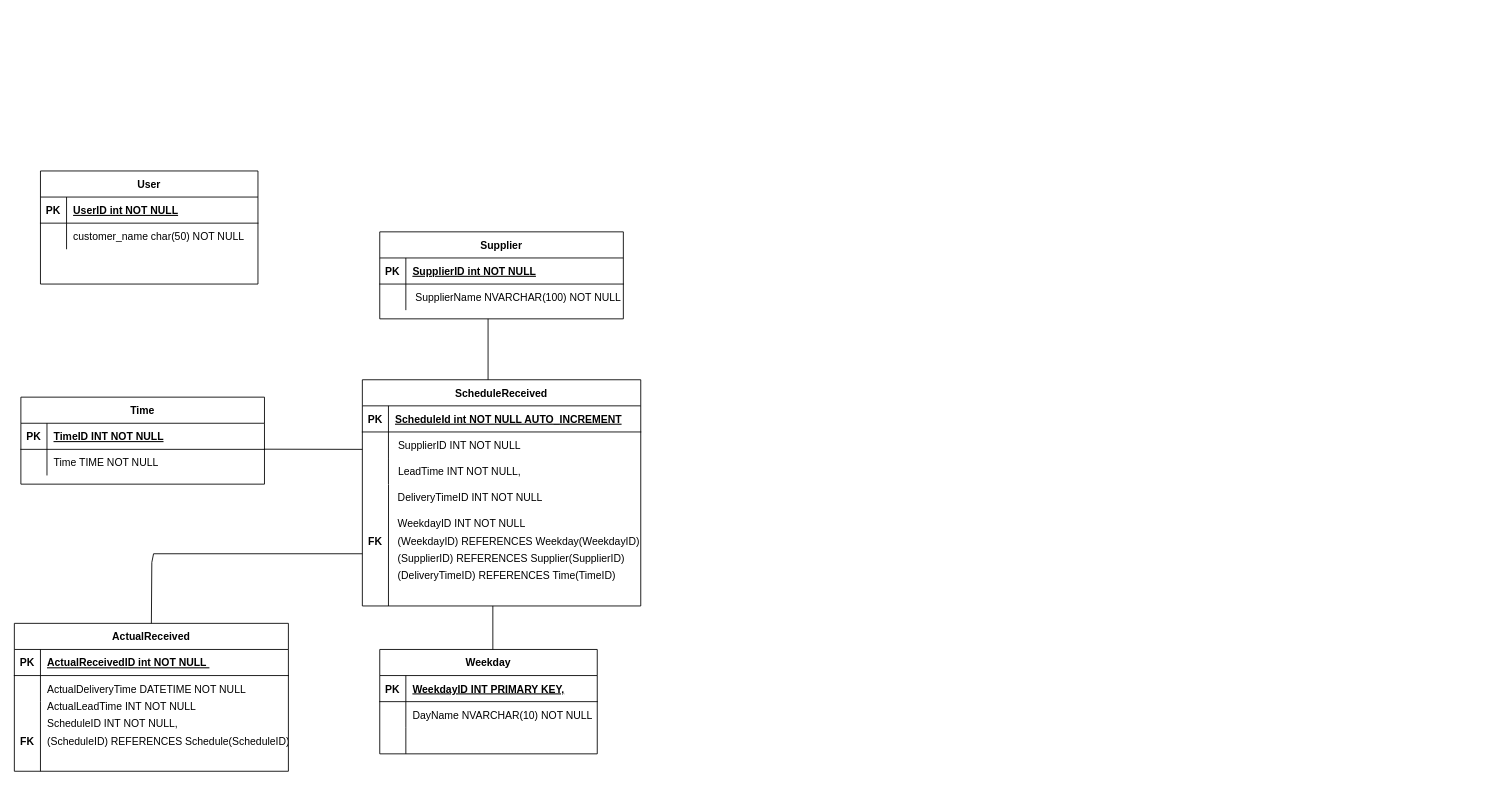
Above: ERD.drawio in LougLynx/RIG-System (draw.io), before the change. Source tidied: cells renumbered, new cells numbered last; positions are measured from the earlier drawing's top-left corner, leaving out a move shared by most shapes. Both pictures are drawn from the tidied source at 87%, with x=0, y=0 at pixel (14, 171).
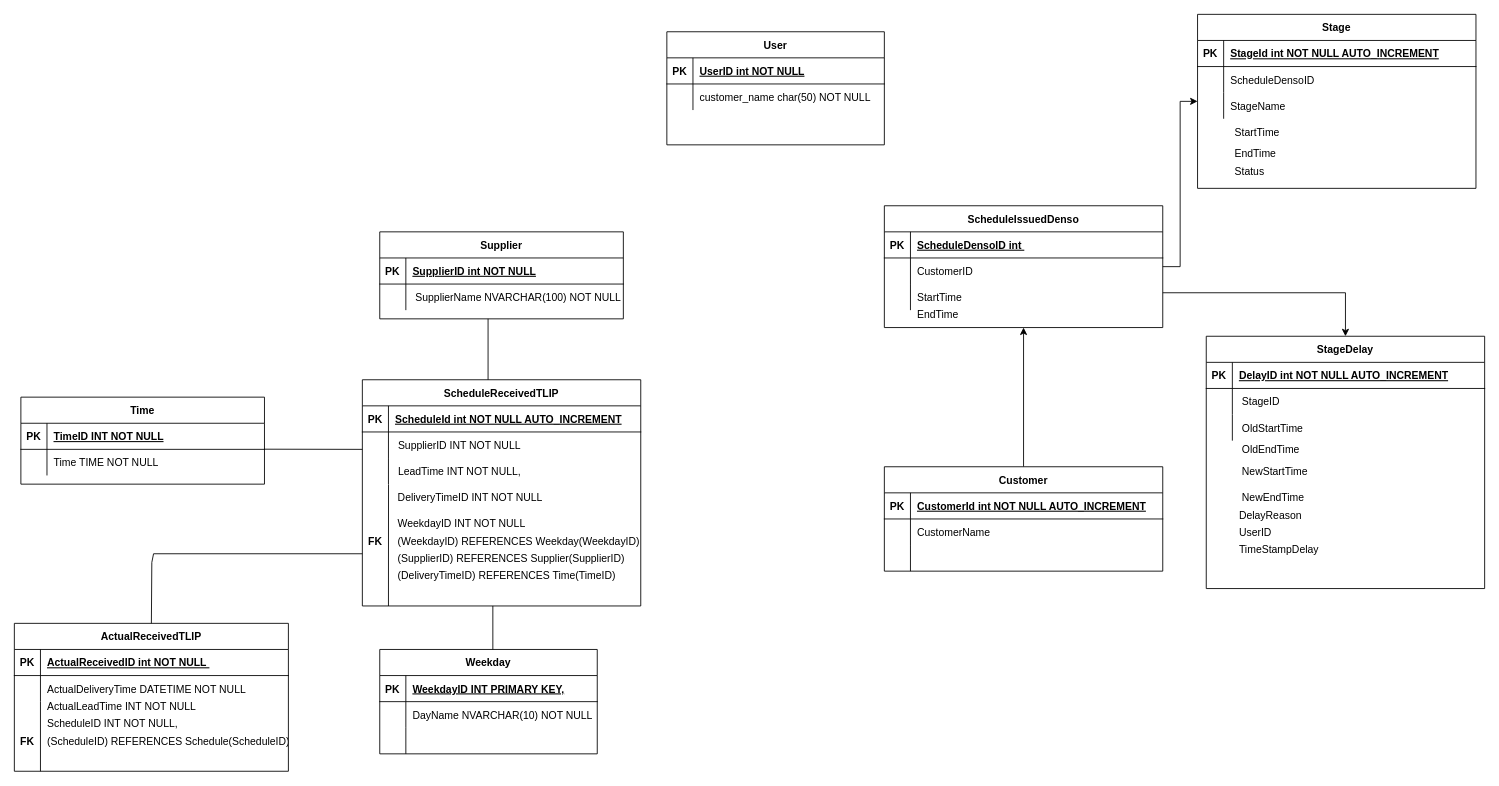
The same diagram, later.

The change refers to these unchanged cells:
```xml
<mxCell id="37" style="group;" parent="1" vertex="1">
  <mxGeometry y="520" width="315" height="170" as="geometry" />
</mxCell>
```

What changed in the source:
```diff
@@
-    <mxCell id="2" value="ScheduleReceived" style="shape=table;startSize=30;childLayout=tableLayout;rowLines=0;fontStyle=1;align=center;" parent="1" vertex="1">
+    <mxCell id="2" value="ScheduleReceivedTLIP" style="shape=table;startSize=30;childLayout=tableLayout;rowLines=0;fontStyle=1;align=center;" parent="1" vertex="1">
       <mxGeometry x="400" y="240" width="320" height="260" as="geometry" />
     </mxCell>
@@
     <mxCell id="28" value="User" style="shape=table;startSize=30;childLayout=tableLayout;rowLines=0;fontStyle=1;align=center;" parent="1" vertex="1">
-      <mxGeometry x="30" width="250" height="130" as="geometry" />
+      <mxGeometry x="750" y="-160" width="250" height="130" as="geometry" />
     </mxCell>
@@
-    <mxCell id="38" value="ActualReceived" style="shape=table;startSize=30;childLayout=tableLayout;rowLines=0;fontStyle=1;align=center;" parent="37" vertex="1">
+    <mxCell id="38" value="ActualReceivedTLIP" style="shape=table;startSize=30;childLayout=tableLayout;rowLines=0;fontStyle=1;align=center;" parent="37" vertex="1">
       <mxGeometry width="315" height="170" as="geometry" />
     </mxCell>
@@
+    <mxCell id="68" style="edgeStyle=orthogonalEdgeStyle;rounded=0;jettySize=auto;html=1;entryX=0;entryY=0.5;entryDx=0;entryDy=0;" parent="1" edge="1" source="70" target="91">
+      <mxGeometry relative="1" as="geometry" />
+    </mxCell>
+    <mxCell id="69" style="edgeStyle=orthogonalEdgeStyle;rounded=0;jettySize=auto;html=1;entryX=0.5;entryY=0;entryDx=0;entryDy=0;" parent="1" edge="1" source="70" target="105">
+      <mxGeometry relative="1" as="geometry">
+        <Array as="points">
+          <mxPoint x="1530" y="140" />
+        </Array>
+      </mxGeometry>
+    </mxCell>
+    <mxCell id="70" value="ScheduleIssuedDenso" style="shape=table;startSize=30;childLayout=tableLayout;rowLines=0;fontStyle=1;align=center;" parent="1" vertex="1">
+      <mxGeometry x="1000" y="40" width="320" height="140" as="geometry" />
+    </mxCell>
+    <mxCell id="71" style="shape=partialRectangle;fillColor=none;top=0;left=0;right=0;bottom=1;" parent="70" vertex="1">
+      <mxGeometry y="30" width="320" height="30" as="geometry" />
+    </mxCell>
+    <mxCell id="72" value="PK" style="shape=partialRectangle;overflow=hidden;fillColor=none;top=0;left=0;bottom=0;right=0;fontStyle=1;" parent="71" vertex="1">
+      <mxGeometry width="30" height="30" as="geometry" />
+    </mxCell>
+    <mxCell id="73" value="ScheduleDensoID int " style="shape=partialRectangle;overflow=hidden;fillColor=none;top=0;left=0;bottom=0;right=0;align=left;spacingLeft=6;fontStyle=5;" parent="71" vertex="1">
+      <mxGeometry x="30" width="290" height="30" as="geometry" />
+    </mxCell>
+    <mxCell id="74" style="shape=partialRectangle;fillColor=none;top=0;left=0;right=0;bottom=0;" parent="70" vertex="1">
+      <mxGeometry y="60" width="320" height="30" as="geometry" />
+    </mxCell>
+    <mxCell id="75" style="shape=partialRectangle;overflow=hidden;fillColor=none;top=0;left=0;bottom=0;right=0;" parent="74" vertex="1">
+      <mxGeometry width="30" height="30" as="geometry" />
+    </mxCell>
+    <mxCell id="76" value="CustomerID" style="shape=partialRectangle;overflow=hidden;fillColor=none;top=0;left=0;bottom=0;right=0;align=left;spacingLeft=6;" parent="74" vertex="1">
+      <mxGeometry x="30" width="290" height="30" as="geometry" />
+    </mxCell>
+    <mxCell id="77" style="shape=partialRectangle;fillColor=none;top=0;left=0;right=0;bottom=0;" parent="70" vertex="1">
+      <mxGeometry y="90" width="320" height="30" as="geometry" />
+    </mxCell>
+    <mxCell id="78" style="shape=partialRectangle;overflow=hidden;fillColor=none;top=0;left=0;bottom=0;right=0;" parent="77" vertex="1">
+      <mxGeometry width="30" height="30" as="geometry" />
+    </mxCell>
+    <mxCell id="79" value="StartTime" style="shape=partialRectangle;overflow=hidden;fillColor=none;top=0;left=0;bottom=0;right=0;align=left;spacingLeft=6;" parent="77" vertex="1">
+      <mxGeometry x="30" width="290" height="30" as="geometry" />
+    </mxCell>
+    <mxCell id="80" style="edgeStyle=orthogonalEdgeStyle;rounded=0;jettySize=auto;html=1;entryX=0.5;entryY=1;entryDx=0;entryDy=0;" parent="1" edge="1" source="81" target="70">
+      <mxGeometry relative="1" as="geometry" />
+    </mxCell>
+    <mxCell id="81" value="Customer" style="shape=table;startSize=30;childLayout=tableLayout;rowLines=0;fontStyle=1;align=center;" parent="1" vertex="1">
+      <mxGeometry x="1000" y="340" width="320" height="120" as="geometry" />
+    </mxCell>
+    <mxCell id="82" style="shape=partialRectangle;fillColor=none;top=0;left=0;right=0;bottom=1;" parent="81" vertex="1">
+      <mxGeometry y="30" width="320" height="30" as="geometry" />
+    </mxCell>
+    <mxCell id="83" value="PK" style="shape=partialRectangle;overflow=hidden;fillColor=none;top=0;left=0;bottom=0;right=0;fontStyle=1;" parent="82" vertex="1">
+      <mxGeometry width="30" height="30" as="geometry" />
+    </mxCell>
+    <mxCell id="84" value="CustomerId int NOT NULL AUTO_INCREMENT" style="shape=partialRectangle;overflow=hidden;fillColor=none;top=0;left=0;bottom=0;right=0;align=left;spacingLeft=6;fontStyle=5;" parent="82" vertex="1">
+      <mxGeometry x="30" width="290" height="30" as="geometry" />
+    </mxCell>
+    <mxCell id="85" style="shape=partialRectangle;fillColor=none;top=0;left=0;right=0;bottom=0;" parent="81" vertex="1">
+      <mxGeometry y="60" width="320" height="30" as="geometry" />
+    </mxCell>
+    <mxCell id="86" style="shape=partialRectangle;overflow=hidden;fillColor=none;top=0;left=0;bottom=0;right=0;" parent="85" vertex="1">
+      <mxGeometry width="30" height="30" as="geometry" />
+    </mxCell>
+    <mxCell id="87" value="CustomerName" style="shape=partialRectangle;overflow=hidden;fillColor=none;top=0;left=0;bottom=0;right=0;align=left;spacingLeft=6;" parent="85" vertex="1">
+      <mxGeometry x="30" width="290" height="30" as="geometry" />
+    </mxCell>
+    <mxCell id="88" style="shape=partialRectangle;fillColor=none;top=0;left=0;right=0;bottom=0;" parent="81" vertex="1">
+      <mxGeometry y="90" width="320" height="30" as="geometry" />
+    </mxCell>
+    <mxCell id="89" style="shape=partialRectangle;overflow=hidden;fillColor=none;top=0;left=0;bottom=0;right=0;" parent="88" vertex="1">
+      <mxGeometry width="30" height="30" as="geometry" />
+    </mxCell>
+    <mxCell id="90" style="shape=partialRectangle;overflow=hidden;fillColor=none;top=0;left=0;bottom=0;right=0;align=left;spacingLeft=6;" parent="88" vertex="1">
+      <mxGeometry x="30" width="290" height="30" as="geometry" />
+    </mxCell>
+    <mxCell id="91" value="Stage" style="shape=table;startSize=30;childLayout=tableLayout;rowLines=0;fontStyle=1;align=center;" parent="1" vertex="1">
+      <mxGeometry x="1360" y="-180" width="320" height="200" as="geometry" />
+    </mxCell>
+    <mxCell id="92" style="shape=partialRectangle;fillColor=none;top=0;left=0;right=0;bottom=1;" parent="91" vertex="1">
+      <mxGeometry y="30" width="320" height="30" as="geometry" />
+    </mxCell>
+    <mxCell id="93" value="PK" style="shape=partialRectangle;overflow=hidden;fillColor=none;top=0;left=0;bottom=0;right=0;fontStyle=1;" parent="92" vertex="1">
+      <mxGeometry width="30" height="30" as="geometry" />
+    </mxCell>
+    <mxCell id="94" value="StageId int NOT NULL AUTO_INCREMENT" style="shape=partialRectangle;overflow=hidden;fillColor=none;top=0;left=0;bottom=0;right=0;align=left;spacingLeft=6;fontStyle=5;" parent="92" vertex="1">
+      <mxGeometry x="30" width="290" height="30" as="geometry" />
+    </mxCell>
+    <mxCell id="95" style="shape=partialRectangle;fillColor=none;top=0;left=0;right=0;bottom=0;" parent="91" vertex="1">
+      <mxGeometry y="60" width="320" height="30" as="geometry" />
+    </mxCell>
+    <mxCell id="96" style="shape=partialRectangle;overflow=hidden;fillColor=none;top=0;left=0;bottom=0;right=0;" parent="95" vertex="1">
+      <mxGeometry width="30" height="30" as="geometry" />
+    </mxCell>
+    <mxCell id="97" value="ScheduleDensoID" style="shape=partialRectangle;overflow=hidden;fillColor=none;top=0;left=0;bottom=0;right=0;align=left;spacingLeft=6;" parent="95" vertex="1">
+      <mxGeometry x="30" width="290" height="30" as="geometry" />
+    </mxCell>
+    <mxCell id="98" style="shape=partialRectangle;fillColor=none;top=0;left=0;right=0;bottom=0;" parent="91" vertex="1">
+      <mxGeometry y="90" width="320" height="30" as="geometry" />
+    </mxCell>
+    <mxCell id="99" style="shape=partialRectangle;overflow=hidden;fillColor=none;top=0;left=0;bottom=0;right=0;" parent="98" vertex="1">
+      <mxGeometry width="30" height="30" as="geometry" />
+    </mxCell>
+    <mxCell id="100" value="StageName" style="shape=partialRectangle;overflow=hidden;fillColor=none;top=0;left=0;bottom=0;right=0;align=left;spacingLeft=6;" parent="98" vertex="1">
+      <mxGeometry x="30" width="290" height="30" as="geometry" />
+    </mxCell>
+    <mxCell id="101" value="EndTime" style="shape=partialRectangle;overflow=hidden;fillColor=none;top=0;left=0;bottom=0;right=0;align=left;spacingLeft=6;" parent="1" vertex="1">
+      <mxGeometry x="1030" y="150" width="290" height="30" as="geometry" />
+    </mxCell>
+    <mxCell id="102" value="StartTime" style="shape=partialRectangle;overflow=hidden;fillColor=none;top=0;left=0;bottom=0;right=0;align=left;spacingLeft=6;" parent="1" vertex="1">
+      <mxGeometry x="1395" y="-60" width="290" height="30" as="geometry" />
+    </mxCell>
+    <mxCell id="103" value="EndTime" style="shape=partialRectangle;overflow=hidden;fillColor=none;top=0;left=0;bottom=0;right=0;align=left;spacingLeft=6;" parent="1" vertex="1">
+      <mxGeometry x="1395" y="-35" width="290" height="30" as="geometry" />
+    </mxCell>
+    <mxCell id="104" value="Status" style="shape=partialRectangle;overflow=hidden;fillColor=none;top=0;left=0;bottom=0;right=0;align=left;spacingLeft=6;" parent="1" vertex="1">
+      <mxGeometry x="1395" y="-15" width="290" height="30" as="geometry" />
+    </mxCell>
+    <mxCell id="105" value="StageDelay" style="shape=table;startSize=30;childLayout=tableLayout;rowLines=0;fontStyle=1;align=center;" parent="1" vertex="1">
+      <mxGeometry x="1370" y="190" width="320" height="290" as="geometry" />
+    </mxCell>
+    <mxCell id="106" style="shape=partialRectangle;fillColor=none;top=0;left=0;right=0;bottom=1;" parent="105" vertex="1">
+      <mxGeometry y="30" width="320" height="30" as="geometry" />
+    </mxCell>
+    <mxCell id="107" value="PK" style="shape=partialRectangle;overflow=hidden;fillColor=none;top=0;left=0;bottom=0;right=0;fontStyle=1;" parent="106" vertex="1">
+      <mxGeometry width="30" height="30" as="geometry" />
+    </mxCell>
+    <mxCell id="108" value="DelayID int NOT NULL AUTO_INCREMENT" style="shape=partialRectangle;overflow=hidden;fillColor=none;top=0;left=0;bottom=0;right=0;align=left;spacingLeft=6;fontStyle=5;" parent="106" vertex="1">
+      <mxGeometry x="30" width="290" height="30" as="geometry" />
+    </mxCell>
+    <mxCell id="109" style="shape=partialRectangle;fillColor=none;top=0;left=0;right=0;bottom=0;" parent="105" vertex="1">
+      <mxGeometry y="60" width="320" height="30" as="geometry" />
+    </mxCell>
+    <mxCell id="110" style="shape=partialRectangle;overflow=hidden;fillColor=none;top=0;left=0;bottom=0;right=0;" parent="109" vertex="1">
+      <mxGeometry width="30" height="30" as="geometry" />
+    </mxCell>
+    <mxCell id="111" value=" StageID " style="shape=partialRectangle;overflow=hidden;fillColor=none;top=0;left=0;bottom=0;right=0;align=left;spacingLeft=6;" parent="109" vertex="1">
+      <mxGeometry x="30" width="290" height="30" as="geometry" />
+    </mxCell>
+    <mxCell id="112" style="shape=partialRectangle;fillColor=none;top=0;left=0;right=0;bottom=0;" parent="105" vertex="1">
+      <mxGeometry y="90" width="320" height="30" as="geometry" />
+    </mxCell>
+    <mxCell id="113" style="shape=partialRectangle;overflow=hidden;fillColor=none;top=0;left=0;bottom=0;right=0;" parent="112" vertex="1">
+      <mxGeometry width="30" height="30" as="geometry" />
+    </mxCell>
+    <mxCell id="114" value=" OldStartTime" style="shape=partialRectangle;overflow=hidden;fillColor=none;top=0;left=0;bottom=0;right=0;align=left;spacingLeft=6;" parent="112" vertex="1">
+      <mxGeometry x="30" width="290" height="30" as="geometry" />
+    </mxCell>
+    <mxCell id="115" value=" NewStartTime" style="shape=partialRectangle;overflow=hidden;fillColor=none;top=0;left=0;bottom=0;right=0;align=left;spacingLeft=6;" parent="1" vertex="1">
+      <mxGeometry x="1400" y="330" width="290" height="30" as="geometry" />
+    </mxCell>
+    <mxCell id="116" value=" OldEndTime" style="shape=partialRectangle;overflow=hidden;fillColor=none;top=0;left=0;bottom=0;right=0;align=left;spacingLeft=6;" parent="1" vertex="1">
+      <mxGeometry x="1400" y="305" width="290" height="30" as="geometry" />
+    </mxCell>
+    <mxCell id="117" value=" NewEndTime" style="shape=partialRectangle;overflow=hidden;fillColor=none;top=0;left=0;bottom=0;right=0;align=left;spacingLeft=6;" parent="1" vertex="1">
+      <mxGeometry x="1400" y="360" width="290" height="30" as="geometry" />
+    </mxCell>
+    <mxCell id="118" value="DelayReason" style="shape=partialRectangle;overflow=hidden;fillColor=none;top=0;left=0;bottom=0;right=0;align=left;spacingLeft=6;" parent="1" vertex="1">
+      <mxGeometry x="1400" y="380" width="290" height="30" as="geometry" />
+    </mxCell>
+    <mxCell id="119" value="UserID" style="shape=partialRectangle;overflow=hidden;fillColor=none;top=0;left=0;bottom=0;right=0;align=left;spacingLeft=6;" parent="1" vertex="1">
+      <mxGeometry x="1400" y="400" width="290" height="30" as="geometry" />
+    </mxCell>
+    <mxCell id="120" value="TimeStampDelay" style="shape=partialRectangle;overflow=hidden;fillColor=none;top=0;left=0;bottom=0;right=0;align=left;spacingLeft=6;" parent="1" vertex="1">
+      <mxGeometry x="1400" y="420" width="290" height="30" as="geometry" />
+    </mxCell>
```
